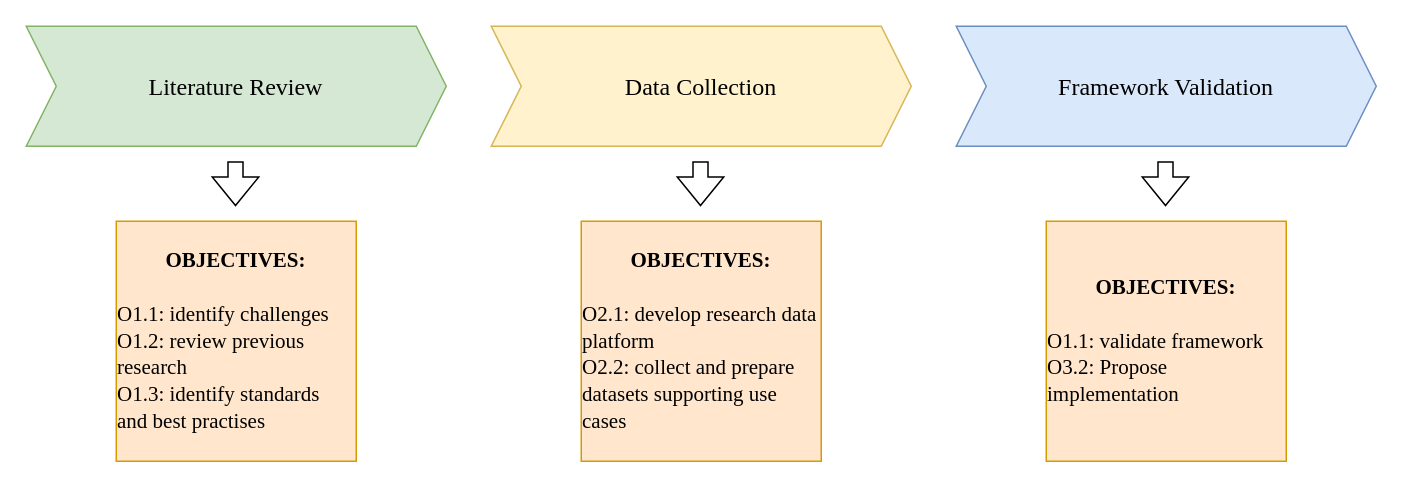
Before: thesis/methodology.drawio in timoruohomaki/LUT-DAP, a draw.io diagram. Source tidied: cells renumbered, new cells numbered last; positions are measured from the earlier drawing's top-left corner, leaving out a move shared by most shapes. Both pictures are drawn from the tidied source at 150%, with x=0, y=0 at pixel (26, 26).
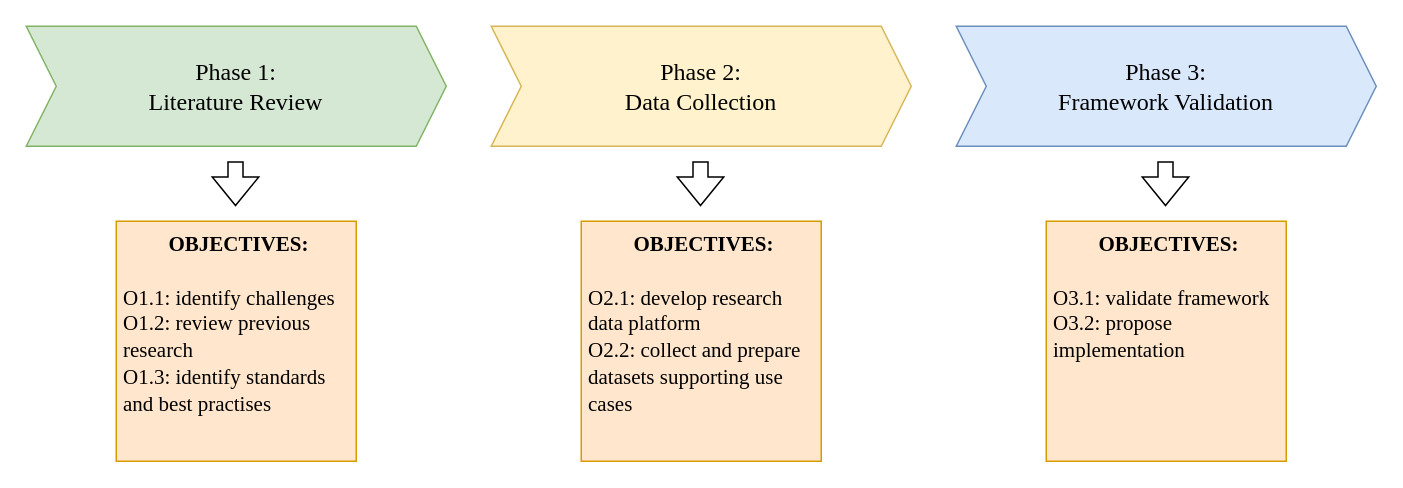
The same diagram, later.

Change to the diagram source:
```diff
@@
 <mxGraphModel>
   <root>
     <mxCell id="0" />
     <mxCell id="1" parent="0" />
-    <mxCell id="2" value="&lt;font style=&quot;font-size: 16px;&quot; face=&quot;Times New Roman&quot;&gt;Literature Review&lt;/font&gt;" style="shape=step;perimeter=stepPerimeter;whiteSpace=wrap;html=1;fixedSize=1;fillColor=#d5e8d4;strokeColor=#82b366;" parent="1" vertex="1">
+    <mxCell id="2" value="&lt;font style=&quot;font-size: 16px;&quot; face=&quot;Times New Roman&quot;&gt;Phase 1:&lt;/font&gt;&lt;div&gt;&lt;font style=&quot;font-size: 16px;&quot; face=&quot;Times New Roman&quot;&gt;Literature Review&lt;/font&gt;&lt;/div&gt;" style="shape=step;perimeter=stepPerimeter;whiteSpace=wrap;html=1;fixedSize=1;fillColor=#d5e8d4;strokeColor=#82b366;" parent="1" vertex="1">
       <mxGeometry width="280" height="80" as="geometry" />
     </mxCell>
-    <mxCell id="3" value="&lt;font style=&quot;font-size: 16px;&quot; face=&quot;Times New Roman&quot;&gt;Data Collection&lt;/font&gt;" style="shape=step;perimeter=stepPerimeter;whiteSpace=wrap;html=1;fixedSize=1;fillColor=#fff2cc;strokeColor=#d6b656;" parent="1" vertex="1">
+    <mxCell id="3" value="&lt;font style=&quot;font-size: 16px;&quot; face=&quot;Times New Roman&quot;&gt;Phase 2:&lt;/font&gt;&lt;div&gt;&lt;font style=&quot;font-size: 16px;&quot; face=&quot;Times New Roman&quot;&gt;Data Collection&lt;/font&gt;&lt;/div&gt;" style="shape=step;perimeter=stepPerimeter;whiteSpace=wrap;html=1;fixedSize=1;fillColor=#fff2cc;strokeColor=#d6b656;" parent="1" vertex="1">
       <mxGeometry x="310" width="280" height="80" as="geometry" />
     </mxCell>
-    <mxCell id="4" value="&lt;font face=&quot;Times New Roman&quot; style=&quot;font-size: 16px;&quot;&gt;Framework Validation&lt;/font&gt;" style="shape=step;perimeter=stepPerimeter;whiteSpace=wrap;html=1;fixedSize=1;fillColor=#dae8fc;strokeColor=#6c8ebf;" parent="1" vertex="1">
+    <mxCell id="4" value="&lt;font face=&quot;Times New Roman&quot; style=&quot;font-size: 16px;&quot;&gt;Phase 3:&lt;/font&gt;&lt;div&gt;&lt;font face=&quot;Times New Roman&quot; style=&quot;font-size: 16px;&quot;&gt;Framework Validation&lt;/font&gt;&lt;/div&gt;" style="shape=step;perimeter=stepPerimeter;whiteSpace=wrap;html=1;fixedSize=1;fillColor=#dae8fc;strokeColor=#6c8ebf;" parent="1" vertex="1">
       <mxGeometry x="620" width="280" height="80" as="geometry" />
     </mxCell>
-    <mxCell id="5" value="&lt;b style=&quot;font-size: 14px;&quot;&gt;&lt;font style=&quot;font-size: 14px;&quot; face=&quot;Times New Roman&quot;&gt;OBJECTIVES:&lt;/font&gt;&lt;/b&gt;&lt;div style=&quot;font-size: 14px;&quot;&gt;&lt;font style=&quot;font-size: 14px;&quot; face=&quot;Times New Roman&quot;&gt;&lt;br&gt;&lt;/font&gt;&lt;/div&gt;&lt;div style=&quot;text-align: left; font-size: 14px;&quot;&gt;&lt;font style=&quot;font-size: 14px;&quot; face=&quot;Times New Roman&quot;&gt;O1.1: identify challenges&lt;/font&gt;&lt;/div&gt;&lt;div style=&quot;text-align: left; font-size: 14px;&quot;&gt;&lt;font style=&quot;font-size: 14px;&quot; face=&quot;Times New Roman&quot;&gt;O1.2: review previous research&lt;/font&gt;&lt;/div&gt;&lt;div style=&quot;text-align: left; font-size: 14px;&quot;&gt;&lt;font style=&quot;font-size: 14px;&quot; face=&quot;Times New Roman&quot;&gt;O1.3: identify standards and best practises&lt;/font&gt;&lt;/div&gt;" style="whiteSpace=wrap;html=1;fillColor=#ffe6cc;strokeColor=#d79b00;" parent="1" vertex="1">
+    <mxCell id="5" value="&lt;b style=&quot;font-size: 14px;&quot;&gt;&lt;font style=&quot;font-size: 14px;&quot; face=&quot;Times New Roman&quot;&gt;OBJECTIVES:&lt;/font&gt;&lt;/b&gt;&lt;div style=&quot;font-size: 14px;&quot;&gt;&lt;font style=&quot;font-size: 14px;&quot; face=&quot;Times New Roman&quot;&gt;&lt;br&gt;&lt;/font&gt;&lt;/div&gt;&lt;div style=&quot;text-align: left; font-size: 14px;&quot;&gt;&lt;font style=&quot;font-size: 14px;&quot; face=&quot;Times New Roman&quot;&gt;O1.1: identify challenges&lt;/font&gt;&lt;/div&gt;&lt;div style=&quot;text-align: left; font-size: 14px;&quot;&gt;&lt;font style=&quot;font-size: 14px;&quot; face=&quot;Times New Roman&quot;&gt;O1.2: review previous research&lt;/font&gt;&lt;/div&gt;&lt;div style=&quot;text-align: left; font-size: 14px;&quot;&gt;&lt;font style=&quot;font-size: 14px;&quot; face=&quot;Times New Roman&quot;&gt;O1.3: identify standards and best practises&lt;/font&gt;&lt;/div&gt;" style="whiteSpace=wrap;html=1;fillColor=#ffe6cc;strokeColor=#d79b00;verticalAlign=top;spacingLeft=4;" parent="1" vertex="1">
       <mxGeometry x="60" y="130" width="160" height="160" as="geometry" />
     </mxCell>
     <mxCell id="6" style="shape=flexArrow;endArrow=classic;html=1;rounded=0;" parent="1" edge="1">
       <mxGeometry relative="1" as="geometry">
         <mxPoint x="139.5" y="90" as="sourcePoint" />
         <mxPoint x="139.5" y="120" as="targetPoint" />
       </mxGeometry>
     </mxCell>
     <mxCell id="7" style="shape=flexArrow;endArrow=classic;html=1;rounded=0;" parent="1" edge="1">
       <mxGeometry relative="1" as="geometry">
         <mxPoint x="449.5" y="90" as="sourcePoint" />
         <mxPoint x="449.5" y="120" as="targetPoint" />
       </mxGeometry>
     </mxCell>
     <mxCell id="8" style="shape=flexArrow;endArrow=classic;html=1;rounded=0;" parent="1" edge="1">
       <mxGeometry relative="1" as="geometry">
         <mxPoint x="759.5" y="90" as="sourcePoint" />
         <mxPoint x="759.5" y="120" as="targetPoint" />
       </mxGeometry>
     </mxCell>
-    <mxCell id="9" value="&lt;b style=&quot;font-size: 14px;&quot;&gt;&lt;font style=&quot;font-size: 14px;&quot; face=&quot;Times New Roman&quot;&gt;OBJECTIVES:&lt;/font&gt;&lt;/b&gt;&lt;div style=&quot;font-size: 14px;&quot;&gt;&lt;font style=&quot;font-size: 14px;&quot; face=&quot;Times New Roman&quot;&gt;&lt;br&gt;&lt;/font&gt;&lt;/div&gt;&lt;div style=&quot;text-align: left; font-size: 14px;&quot;&gt;&lt;font style=&quot;font-size: 14px;&quot; face=&quot;Times New Roman&quot;&gt;O2.1: develop research data platform&lt;br&gt;&lt;/font&gt;&lt;/div&gt;&lt;div style=&quot;text-align: left; font-size: 14px;&quot;&gt;&lt;font style=&quot;font-size: 14px;&quot; face=&quot;Times New Roman&quot;&gt;O2.2: collect and prepare datasets supporting use cases&amp;nbsp;&lt;/font&gt;&lt;/div&gt;" style="whiteSpace=wrap;html=1;fillColor=#ffe6cc;strokeColor=#d79b00;" parent="1" vertex="1">
+    <mxCell id="9" value="&lt;b style=&quot;font-size: 14px;&quot;&gt;&lt;font style=&quot;font-size: 14px;&quot; face=&quot;Times New Roman&quot;&gt;OBJECTIVES:&lt;/font&gt;&lt;/b&gt;&lt;div style=&quot;font-size: 14px;&quot;&gt;&lt;font style=&quot;font-size: 14px;&quot; face=&quot;Times New Roman&quot;&gt;&lt;br&gt;&lt;/font&gt;&lt;/div&gt;&lt;div style=&quot;text-align: left; font-size: 14px;&quot;&gt;&lt;font style=&quot;font-size: 14px;&quot; face=&quot;Times New Roman&quot;&gt;O2.1: develop research data platform&lt;br&gt;&lt;/font&gt;&lt;/div&gt;&lt;div style=&quot;text-align: left; font-size: 14px;&quot;&gt;&lt;font style=&quot;font-size: 14px;&quot; face=&quot;Times New Roman&quot;&gt;O2.2: collect and prepare datasets supporting use cases&amp;nbsp;&lt;/font&gt;&lt;/div&gt;" style="whiteSpace=wrap;html=1;fillColor=#ffe6cc;strokeColor=#d79b00;verticalAlign=top;spacingLeft=4;" parent="1" vertex="1">
       <mxGeometry x="370" y="130" width="160" height="160" as="geometry" />
     </mxCell>
-    <mxCell id="10" value="&lt;b style=&quot;font-size: 14px;&quot;&gt;&lt;font style=&quot;font-size: 14px;&quot; face=&quot;Times New Roman&quot;&gt;OBJECTIVES:&lt;/font&gt;&lt;/b&gt;&lt;div style=&quot;font-size: 14px;&quot;&gt;&lt;font style=&quot;font-size: 14px;&quot; face=&quot;Times New Roman&quot;&gt;&lt;br&gt;&lt;/font&gt;&lt;/div&gt;&lt;div style=&quot;text-align: left; font-size: 14px;&quot;&gt;&lt;font style=&quot;font-size: 14px;&quot; face=&quot;Times New Roman&quot;&gt;O1.1: validate framework&lt;/font&gt;&lt;/div&gt;&lt;div style=&quot;text-align: left; font-size: 14px;&quot;&gt;&lt;font face=&quot;Times New Roman&quot;&gt;O3.2: Propose implementation&lt;/font&gt;&lt;/div&gt;" style="whiteSpace=wrap;html=1;fillColor=#ffe6cc;strokeColor=#d79b00;" parent="1" vertex="1">
+    <mxCell id="10" value="&lt;b style=&quot;font-size: 14px;&quot;&gt;&lt;font style=&quot;font-size: 14px;&quot; face=&quot;Times New Roman&quot;&gt;OBJECTIVES:&lt;/font&gt;&lt;/b&gt;&lt;div style=&quot;font-size: 14px;&quot;&gt;&lt;font style=&quot;font-size: 14px;&quot; face=&quot;Times New Roman&quot;&gt;&lt;br&gt;&lt;/font&gt;&lt;/div&gt;&lt;div style=&quot;text-align: left; font-size: 14px;&quot;&gt;&lt;font style=&quot;font-size: 14px;&quot; face=&quot;Times New Roman&quot;&gt;O3.1: validate framework&lt;/font&gt;&lt;/div&gt;&lt;div style=&quot;text-align: left; font-size: 14px;&quot;&gt;&lt;font face=&quot;Times New Roman&quot;&gt;O3.2: propose implementation&lt;/font&gt;&lt;/div&gt;" style="whiteSpace=wrap;html=1;fillColor=#ffe6cc;strokeColor=#d79b00;verticalAlign=top;spacingLeft=4;" parent="1" vertex="1">
       <mxGeometry x="680" y="130" width="160" height="160" as="geometry" />
     </mxCell>
   </root>
 </mxGraphModel>
```
